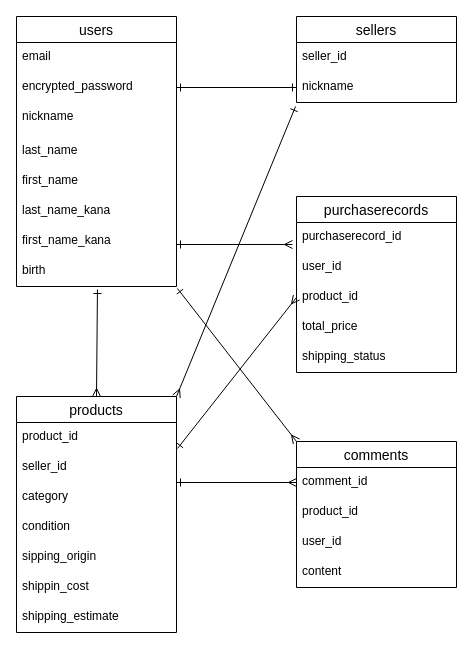
The draw.io diagram furima.dio in u-maki/furima-41584, before the edit. Source tidied: cells renumbered, new cells numbered last; positions are measured from the earlier drawing's top-left corner, leaving out a move shared by most shapes. Both pictures are drawn from the tidied source at 100%, with x=0, y=0 at pixel (16, 16).
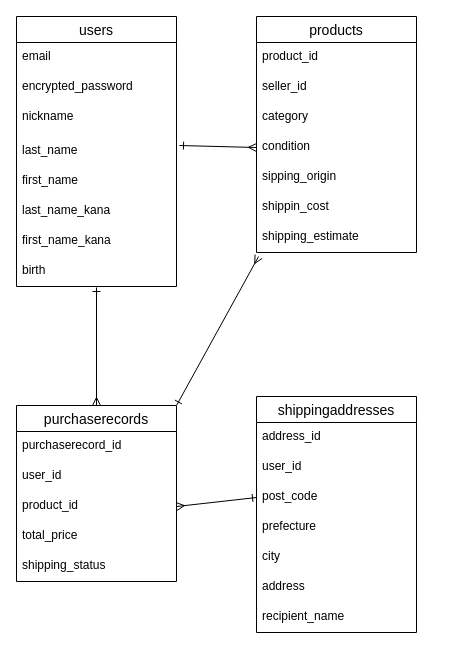
The same page after the edit.

Unchanged cells that the change refers to:
```xml
<mxCell id="4" value="encrypted_password" style="text;strokeColor=none;fillColor=none;spacingLeft=4;spacingRight=4;overflow=hidden;points=[[0,0.5],[1,0.5]];portConstraint=eastwest;fontSize=12;" parent="2" vertex="1">
  <mxGeometry y="56" width="160" height="30" as="geometry" />
</mxCell>
<mxCell id="6" value="last_name" style="text;strokeColor=none;fillColor=none;spacingLeft=4;spacingRight=4;overflow=hidden;points=[[0,0.5],[1,0.5]];portConstraint=eastwest;fontSize=12;" parent="2" vertex="1">
  <mxGeometry y="120" width="160" height="30" as="geometry" />
</mxCell>
<mxCell id="10" value="birth" style="text;strokeColor=none;fillColor=none;spacingLeft=4;spacingRight=4;overflow=hidden;points=[[0,0.5],[1,0.5]];portConstraint=eastwest;fontSize=12;" parent="2" vertex="1">
  <mxGeometry y="240" width="160" height="30" as="geometry" />
</mxCell>
<mxCell id="14" value="product_id" style="text;strokeColor=none;fillColor=none;spacingLeft=4;spacingRight=4;overflow=hidden;points=[[0,0.5],[1,0.5]];portConstraint=eastwest;fontSize=12;" parent="13" vertex="1">
  <mxGeometry y="26" width="160" height="30" as="geometry" />
</mxCell>
<mxCell id="17" value="condition" style="text;strokeColor=none;fillColor=none;spacingLeft=4;spacingRight=4;overflow=hidden;points=[[0,0.5],[1,0.5]];portConstraint=eastwest;fontSize=12;" parent="13" vertex="1">
  <mxGeometry y="116" width="160" height="30" as="geometry" />
</mxCell>
<mxCell id="20" value="shipping_estimate" style="text;strokeColor=none;fillColor=none;spacingLeft=4;spacingRight=4;overflow=hidden;points=[[0,0.5],[1,0.5]];portConstraint=eastwest;fontSize=12;" parent="13" vertex="1">
  <mxGeometry y="206" width="160" height="30" as="geometry" />
</mxCell>
<mxCell id="31" value="purchaserecord_id" style="text;strokeColor=none;fillColor=none;spacingLeft=4;spacingRight=4;overflow=hidden;points=[[0,0.5],[1,0.5]];portConstraint=eastwest;fontSize=12;" parent="30" vertex="1">
  <mxGeometry y="26" width="160" height="30" as="geometry" />
</mxCell>
<mxCell id="33" value="product_id" style="text;strokeColor=none;fillColor=none;spacingLeft=4;spacingRight=4;overflow=hidden;points=[[0,0.5],[1,0.5]];portConstraint=eastwest;fontSize=12;" parent="30" vertex="1">
  <mxGeometry y="86" width="160" height="30" as="geometry" />
</mxCell>
```

Diff of the diagram source:
```diff
@@
-    <mxCell id="11" style="edgeStyle=none;html=1;exitX=1;exitY=0;exitDx=0;exitDy=0;entryX=-0.006;entryY=1.133;entryDx=0;entryDy=0;entryPerimeter=0;startArrow=ERmany;startFill=0;endArrow=ERone;endFill=0;" parent="1" edge="1" source="13" target="23">
-      <mxGeometry relative="1" as="geometry" />
-    </mxCell>
-    <mxCell id="12" style="edgeStyle=none;html=1;exitX=0.5;exitY=0;exitDx=0;exitDy=0;entryX=0.506;entryY=1.1;entryDx=0;entryDy=0;entryPerimeter=0;startArrow=ERmany;startFill=0;endArrow=ERone;endFill=0;" parent="1" edge="1" source="13" target="10">
-      <mxGeometry relative="1" as="geometry" />
-    </mxCell>
     <mxCell id="13" value="products" style="swimlane;fontStyle=0;horizontal=1;startSize=26;align=center;fontSize=14;" parent="1" vertex="1">
-      <mxGeometry y="380" width="160" height="236" as="geometry" />
+      <mxGeometry x="240" width="160" height="236" as="geometry" />
     </mxCell>
@@
-    <mxCell id="21" value="sellers" style="swimlane;fontStyle=0;horizontal=1;startSize=26;align=center;fontSize=14;" parent="1" vertex="1">
-      <mxGeometry x="280" width="160" height="86" as="geometry" />
-    </mxCell>
-    <mxCell id="22" value="seller_id" style="text;strokeColor=none;fillColor=none;spacingLeft=4;spacingRight=4;overflow=hidden;fontSize=12;" parent="21" vertex="1">
-      <mxGeometry y="26" width="160" height="30" as="geometry" />
-    </mxCell>
-    <mxCell id="23" value="nickname" style="text;strokeColor=none;fillColor=none;spacingLeft=4;spacingRight=4;overflow=hidden;points=[[0,0.5],[1,0.5]];portConstraint=eastwest;fontSize=12;" parent="21" vertex="1">
-      <mxGeometry y="56" width="160" height="30" as="geometry" />
-    </mxCell>
-    <mxCell id="24" style="edgeStyle=none;html=1;exitX=0;exitY=0;exitDx=0;exitDy=0;entryX=1.006;entryY=1.067;entryDx=0;entryDy=0;entryPerimeter=0;startArrow=ERmany;startFill=0;endArrow=ERone;endFill=0;" parent="1" edge="1" source="25" target="10">
-      <mxGeometry relative="1" as="geometry" />
-    </mxCell>
-    <mxCell id="25" value="comments" style="swimlane;fontStyle=0;horizontal=1;startSize=26;align=center;fontSize=14;" parent="1" vertex="1">
-      <mxGeometry x="280" y="425" width="160" height="146" as="geometry" />
-    </mxCell>
-    <mxCell id="26" value="comment_id" style="text;strokeColor=none;fillColor=none;spacingLeft=4;spacingRight=4;overflow=hidden;points=[[0,0.5],[1,0.5]];portConstraint=eastwest;fontSize=12;" parent="25" vertex="1">
-      <mxGeometry y="26" width="160" height="30" as="geometry" />
-    </mxCell>
-    <mxCell id="27" value="product_id" style="text;strokeColor=none;fillColor=none;spacingLeft=4;spacingRight=4;overflow=hidden;fontSize=12;" parent="25" vertex="1">
-      <mxGeometry y="56" width="160" height="30" as="geometry" />
-    </mxCell>
-    <mxCell id="28" value="user_id" style="text;strokeColor=none;fillColor=none;spacingLeft=4;spacingRight=4;overflow=hidden;fontSize=12;" parent="25" vertex="1">
-      <mxGeometry y="86" width="160" height="30" as="geometry" />
-    </mxCell>
-    <mxCell id="29" value="content" style="text;strokeColor=none;fillColor=none;spacingLeft=4;spacingRight=4;overflow=hidden;fontSize=12;" parent="25" vertex="1">
-      <mxGeometry y="116" width="160" height="30" as="geometry" />
-    </mxCell>
+    <mxCell id="40" style="edgeStyle=none;html=1;exitX=0.5;exitY=0;exitDx=0;exitDy=0;entryX=0.5;entryY=1.033;entryDx=0;entryDy=0;entryPerimeter=0;startArrow=ERmany;startFill=0;endArrow=ERone;endFill=0;" parent="1" edge="1" source="30" target="10">
+      <mxGeometry relative="1" as="geometry" />
+    </mxCell>
+    <mxCell id="41" style="edgeStyle=none;html=1;exitX=1;exitY=0;exitDx=0;exitDy=0;entryX=0.013;entryY=1.133;entryDx=0;entryDy=0;entryPerimeter=0;startArrow=ERone;startFill=0;endArrow=ERmany;endFill=0;" parent="1" edge="1" source="30" target="20">
+      <mxGeometry relative="1" as="geometry" />
+    </mxCell>
     <mxCell id="30" value="purchaserecords" style="swimlane;fontStyle=0;horizontal=1;startSize=26;align=center;fontSize=14;" parent="1" vertex="1">
-      <mxGeometry x="280" y="180" width="160" height="176" as="geometry" />
+      <mxGeometry y="389" width="160" height="176" as="geometry" />
     </mxCell>
@@
-    <mxCell id="36" style="edgeStyle=none;html=1;exitX=1;exitY=0.5;exitDx=0;exitDy=0;entryX=0;entryY=0.5;entryDx=0;entryDy=0;startArrow=ERone;startFill=0;endArrow=ERone;endFill=0;" parent="1" edge="1" source="4" target="23">
-      <mxGeometry relative="1" as="geometry" />
-    </mxCell>
-    <mxCell id="37" style="edgeStyle=none;html=1;exitX=0;exitY=0.5;exitDx=0;exitDy=0;startArrow=ERmany;startFill=0;endArrow=ERone;endFill=0;" parent="1" edge="1" source="26">
-      <mxGeometry relative="1" as="geometry">
-        <mxPoint x="160" y="466" as="targetPoint" />
-      </mxGeometry>
-    </mxCell>
-    <mxCell id="38" style="edgeStyle=none;html=1;entryX=-0.025;entryY=0.733;entryDx=0;entryDy=0;entryPerimeter=0;startArrow=ERone;startFill=0;endArrow=ERmany;endFill=0;" parent="1" edge="1" target="31">
-      <mxGeometry relative="1" as="geometry">
-        <mxPoint x="160" y="228" as="sourcePoint" />
-      </mxGeometry>
-    </mxCell>
-    <mxCell id="39" style="edgeStyle=none;html=1;exitX=0;exitY=0.5;exitDx=0;exitDy=0;entryX=1.006;entryY=0.867;entryDx=0;entryDy=0;entryPerimeter=0;startArrow=ERmany;startFill=0;endArrow=ERone;endFill=0;" parent="1" edge="1" source="33" target="14">
-      <mxGeometry relative="1" as="geometry" />
-    </mxCell>
+    <mxCell id="42" value="shippingaddresses" style="swimlane;fontStyle=0;horizontal=1;startSize=26;align=center;fontSize=14;" parent="1" vertex="1">
+      <mxGeometry x="240" y="380" width="160" height="236" as="geometry" />
+    </mxCell>
+    <mxCell id="43" value="address_id" style="text;strokeColor=none;fillColor=none;spacingLeft=4;spacingRight=4;overflow=hidden;fontSize=12;" parent="42" vertex="1">
+      <mxGeometry y="26" width="160" height="30" as="geometry" />
+    </mxCell>
+    <mxCell id="28" value="user_id" style="text;strokeColor=none;fillColor=none;spacingLeft=4;spacingRight=4;overflow=hidden;fontSize=12;" parent="42" vertex="1">
+      <mxGeometry y="56" width="160" height="30" as="geometry" />
+    </mxCell>
+    <mxCell id="44" value="post_code" style="text;strokeColor=none;fillColor=none;spacingLeft=4;spacingRight=4;overflow=hidden;points=[[0,0.5],[1,0.5]];portConstraint=eastwest;fontSize=12;" parent="42" vertex="1">
+      <mxGeometry y="86" width="160" height="30" as="geometry" />
+    </mxCell>
+    <mxCell id="45" value="prefecture" style="text;strokeColor=none;fillColor=none;spacingLeft=4;spacingRight=4;overflow=hidden;fontSize=12;" parent="42" vertex="1">
+      <mxGeometry y="116" width="160" height="30" as="geometry" />
+    </mxCell>
+    <mxCell id="46" value="city" style="text;strokeColor=none;fillColor=none;spacingLeft=4;spacingRight=4;overflow=hidden;fontSize=12;" parent="42" vertex="1">
+      <mxGeometry y="146" width="160" height="30" as="geometry" />
+    </mxCell>
+    <mxCell id="47" value="address" style="text;strokeColor=none;fillColor=none;spacingLeft=4;spacingRight=4;overflow=hidden;fontSize=12;" parent="42" vertex="1">
+      <mxGeometry y="176" width="160" height="30" as="geometry" />
+    </mxCell>
+    <mxCell id="48" value="recipient_name" style="text;strokeColor=none;fillColor=none;spacingLeft=4;spacingRight=4;overflow=hidden;fontSize=12;" parent="42" vertex="1">
+      <mxGeometry y="206" width="160" height="30" as="geometry" />
+    </mxCell>
+    <mxCell id="49" style="edgeStyle=none;html=1;exitX=1.019;exitY=0.3;exitDx=0;exitDy=0;entryX=0;entryY=0.5;entryDx=0;entryDy=0;startArrow=ERone;startFill=0;endArrow=ERmany;endFill=0;exitPerimeter=0;" parent="1" edge="1" source="6" target="17">
+      <mxGeometry relative="1" as="geometry" />
+    </mxCell>
+    <mxCell id="50" style="edgeStyle=none;html=1;exitX=1;exitY=0.5;exitDx=0;exitDy=0;entryX=0;entryY=0.5;entryDx=0;entryDy=0;startArrow=ERmany;startFill=0;endArrow=ERone;endFill=0;" parent="1" edge="1" source="33" target="44">
+      <mxGeometry relative="1" as="geometry" />
+    </mxCell>
```
